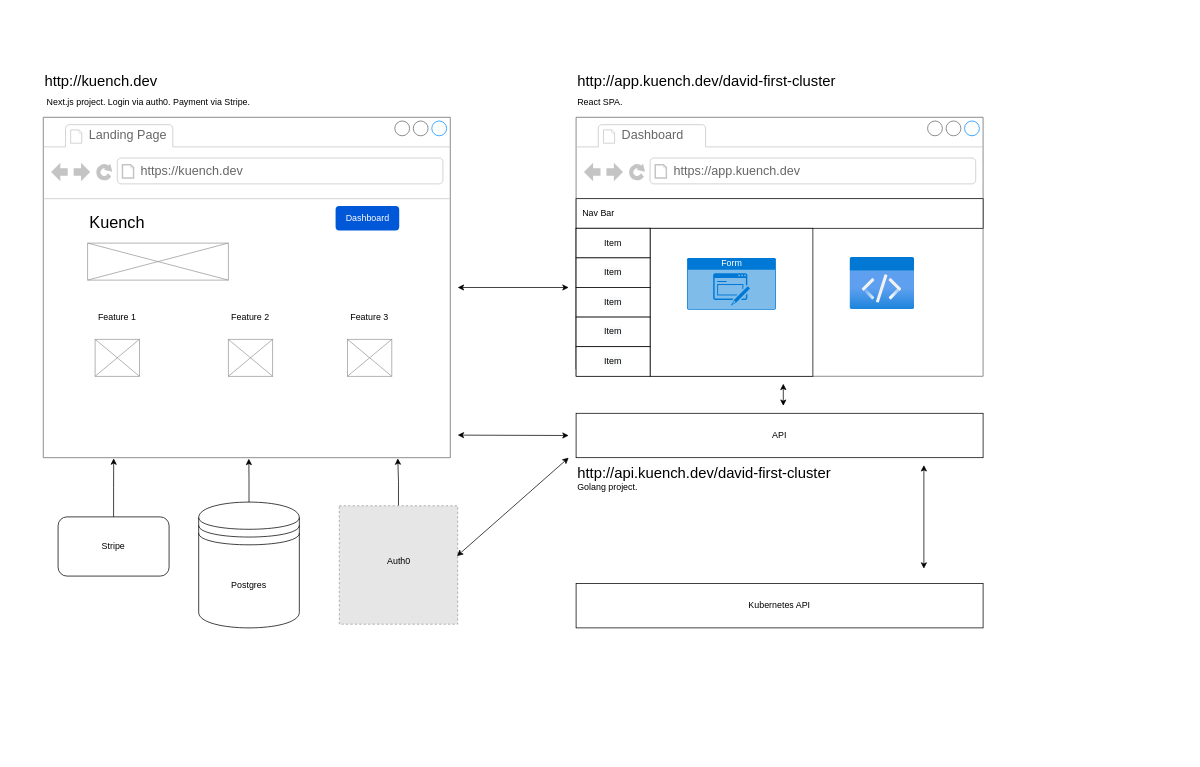
Above: Kuench-arch.drawio in davidqhr/diagrams-storage (draw.io), before the change. Source tidied: cells renumbered, new cells numbered last; positions are measured from the earlier drawing's top-left corner, leaving out a move shared by most shapes. Both pictures are drawn from the tidied source at 74%, with x=0, y=0 at pixel (43, 73). Pictures stored in the file or linked from it are replaced by grey dashed boxes.
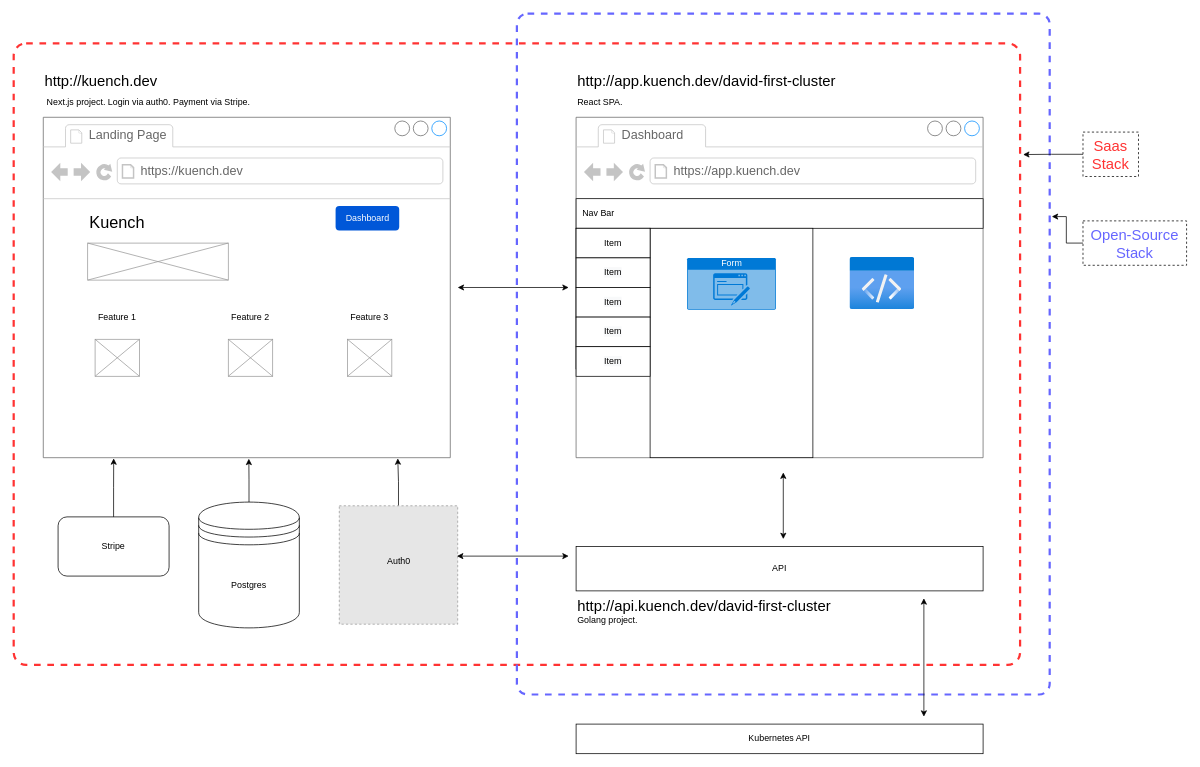
The same diagram, later.

Unchanged cells that the change refers to:
```xml
<mxCell id="17" style="fillColor=#E6E6E6;strokeColor=#999999;dashed=1;html=1;verticalAlign=top;verticalLabelPosition=bottom;labelBackgroundColor=#ffffff;fontSize=12;align=left;" parent="1" vertex="1">
  <mxGeometry x="400" y="585" width="160" height="160" as="geometry" />
</mxCell>
```

The edit, as a diff of the source:
```diff
@@
+    <mxCell id="47" style="rounded=1;whiteSpace=wrap;html=1;fillColor=none;dashed=1;arcSize=2;strokeWidth=3;strokeColor=#FF3333;" parent="1" vertex="1">
+      <mxGeometry x="-40" y="-40" width="1360" height="840" as="geometry" />
+    </mxCell>
+    <mxCell id="48" style="rounded=1;whiteSpace=wrap;html=1;dashed=1;fillColor=none;arcSize=2;strokeWidth=3;strokeColor=#6666FF;" parent="1" vertex="1">
+      <mxGeometry x="640" y="-80" width="720" height="920" as="geometry" />
+    </mxCell>
@@
     <mxCell id="22" style="strokeWidth=1;shadow=0;dashed=0;align=center;html=1;shape=mxgraph.mockup.containers.browserWindow;rSize=0;strokeColor=#666666;strokeColor2=#008cff;strokeColor3=#c4c4c4;mainText=,;" parent="1" vertex="1">
-      <mxGeometry x="720" y="60" width="550" height="350" as="geometry" />
+      <mxGeometry x="720" y="60" width="550" height="460" as="geometry" />
     </mxCell>
@@
     <mxCell id="27" style="rounded=0;whiteSpace=wrap;html=1;fontSize=12;align=center;" parent="22" vertex="1">
-      <mxGeometry x="100" y="150" width="220" height="200" as="geometry" />
+      <mxGeometry x="100" y="150" width="220" height="310" as="geometry" />
     </mxCell>
@@
     <mxCell id="38" value="API" style="rounded=0;whiteSpace=wrap;html=1;fontSize=12;align=center;" parent="1" vertex="1">
-      <mxGeometry x="720" y="460" width="550" height="60" as="geometry" />
+      <mxGeometry x="720" y="640" width="550" height="60" as="geometry" />
     </mxCell>
     <mxCell id="39" value="Kubernetes API" style="rounded=0;whiteSpace=wrap;html=1;fontSize=12;align=center;" parent="1" vertex="1">
-      <mxGeometry x="720" y="690" width="550" height="60" as="geometry" />
+      <mxGeometry x="720" y="880" width="550" height="40" as="geometry" />
     </mxCell>
-    <mxCell id="40" style="endArrow=classic;startArrow=classic;html=1;fontSize=12;" parent="1" edge="1">
-      <mxGeometry relative="1" as="geometry">
-        <mxPoint x="710" y="490" as="sourcePoint" />
-        <mxPoint x="560" y="489.5" as="targetPoint" />
-      </mxGeometry>
-    </mxCell>
     <mxCell id="41" style="endArrow=classic;startArrow=classic;html=1;fontSize=12;" parent="1" edge="1">
       <mxGeometry relative="1" as="geometry">
-        <mxPoint x="1190" y="670" as="sourcePoint" />
-        <mxPoint x="1190" y="530" as="targetPoint" />
+        <mxPoint x="1190" y="870" as="sourcePoint" />
+        <mxPoint x="1190" y="710" as="targetPoint" />
       </mxGeometry>
     </mxCell>
     <mxCell id="42" style="endArrow=classic;startArrow=classic;html=1;fontSize=12;" parent="1" edge="1">
       <mxGeometry relative="1" as="geometry">
-        <mxPoint x="1000" y="450" as="sourcePoint" />
-        <mxPoint x="1000" y="420" as="targetPoint" />
+        <mxPoint x="1000" y="630" as="sourcePoint" />
+        <mxPoint x="1000" y="540" as="targetPoint" />
       </mxGeometry>
     </mxCell>
     <mxCell id="43" value="Golang project." style="text;html=1;strokeColor=none;fillColor=none;align=left;verticalAlign=middle;whiteSpace=wrap;rounded=0;fontSize=12;" parent="1" vertex="1">
-      <mxGeometry x="720" y="550" width="550" height="20" as="geometry" />
+      <mxGeometry x="720" y="730" width="550" height="20" as="geometry" />
     </mxCell>
     <mxCell id="44" value="http://api.kuench.dev/david-first-cluster" style="text;html=1;strokeColor=none;fillColor=none;align=left;verticalAlign=middle;whiteSpace=wrap;rounded=0;fontSize=20;" parent="1" vertex="1">
-      <mxGeometry x="720" y="530" width="470" height="20" as="geometry" />
+      <mxGeometry x="720" y="710" width="470" height="20" as="geometry" />
     </mxCell>
@@
     <mxCell id="46" style="endArrow=classic;startArrow=classic;html=1;fontSize=12;entryX=0.994;entryY=0.425;entryDx=0;entryDy=0;entryPerimeter=0;" parent="1" edge="1" target="17">
       <mxGeometry relative="1" as="geometry">
-        <mxPoint x="710" y="520" as="sourcePoint" />
+        <mxPoint x="710" y="653" as="sourcePoint" />
       </mxGeometry>
     </mxCell>
+    <mxCell id="49" style="edgeStyle=orthogonalEdgeStyle;rounded=0;jettySize=auto;html=1;entryX=1.003;entryY=0.179;entryDx=0;entryDy=0;entryPerimeter=0;fontSize=20;fontColor=#6666FF;" parent="1" edge="1" source="50" target="47">
+      <mxGeometry relative="1" as="geometry" />
+    </mxCell>
+    <mxCell id="50" value="Saas&lt;br&gt;Stack" style="text;html=1;fillColor=none;align=center;verticalAlign=middle;whiteSpace=wrap;rounded=0;dashed=1;fontSize=20;fontColor=#FF3333;strokeColor=#000000;" parent="1" vertex="1">
+      <mxGeometry x="1405" y="80" width="75" height="60" as="geometry" />
+    </mxCell>
+    <mxCell id="51" style="edgeStyle=orthogonalEdgeStyle;rounded=0;jettySize=auto;html=1;entryX=1.004;entryY=0.298;entryDx=0;entryDy=0;entryPerimeter=0;fontSize=20;fontColor=#6666FF;" parent="1" edge="1" source="52" target="48">
+      <mxGeometry relative="1" as="geometry" />
+    </mxCell>
+    <mxCell id="52" value="Open-Source&lt;br&gt;Stack" style="text;html=1;fillColor=none;align=center;verticalAlign=middle;whiteSpace=wrap;rounded=0;dashed=1;fontSize=20;fontColor=#6666FF;strokeColor=#000000;" parent="1" vertex="1">
+      <mxGeometry x="1405" y="200" width="140" height="60" as="geometry" />
+    </mxCell>
```
